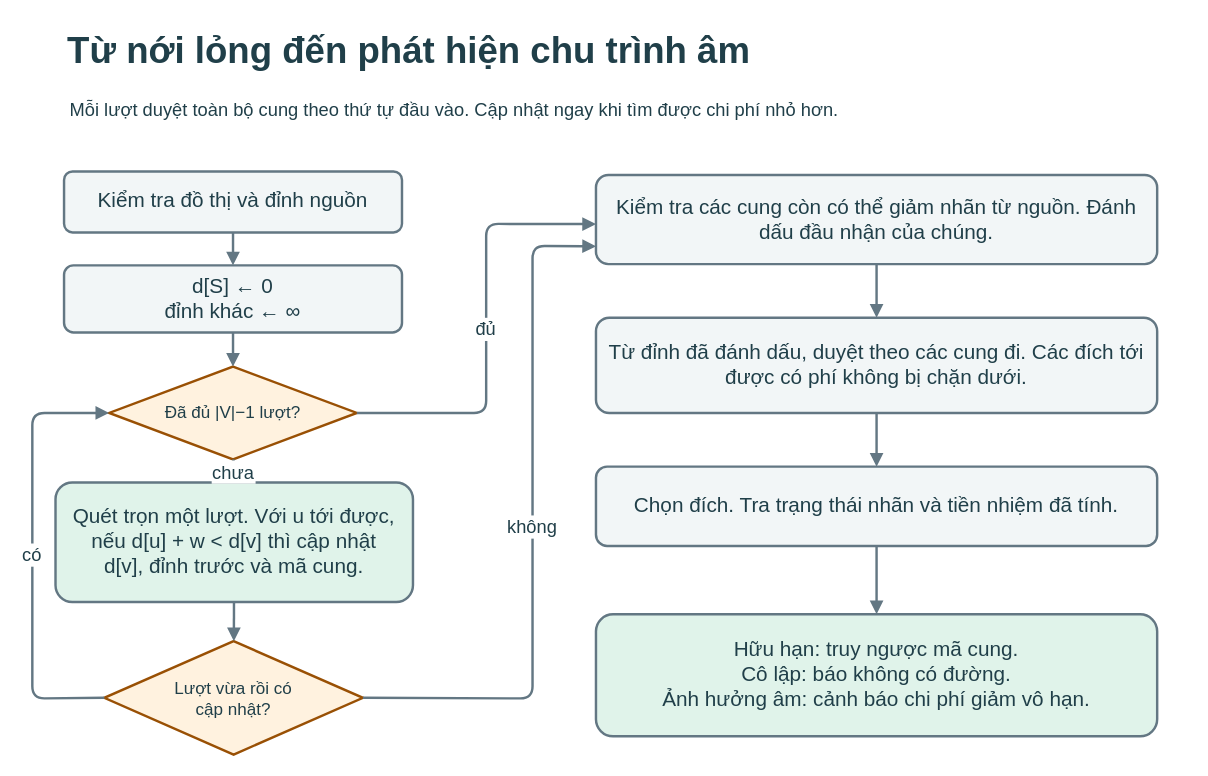
Above: page "Lưu đồ" (2 of 6) of Document/ThietKe/Hinh/so-do-hoang.drawio in saolaisaanh123-web/-ng-d-ng-thu-t-to-n-Ford-Bellman-trong-thi-t-k-m-ng-i-n-ti-t-ki-m-chi-ph- (draw.io), before the change. Source tidied: cells renumbered, new cells numbered last; positions are measured from the earlier drawing's top-left corner, leaving out a move shared by most shapes. Both pictures are drawn from the tidied source at 122%, with x=0, y=0 at pixel (32, 21).
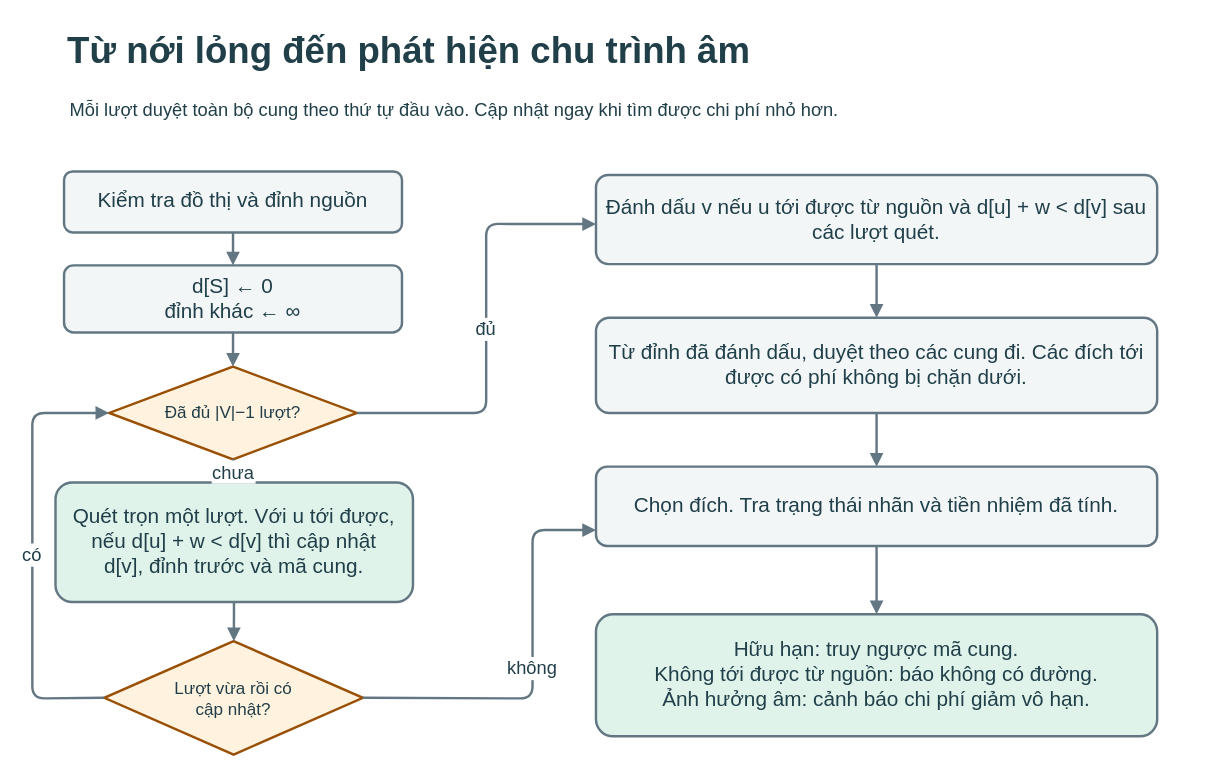
The same page after the edit.

The change refers to these unchanged cells:
```xml
<mxCell id="8" value="Lượt vừa rồi có&#10;cập nhật?" style="html=0;whiteSpace=wrap;verticalAlign=middle;fontFamily=Arial;fontColor=#203F49;rhombus;strokeWidth=2;strokeColor=#995004;fillColor=#FFF2DF;fontSize=14;" parent="1" vertex="1">
  <mxGeometry x="59" y="508" width="212" height="93" as="geometry" />
</mxCell>
<mxCell id="11" value="Chọn đích. Tra trạng thái nhãn và tiền nhiệm đã tính." style="html=0;whiteSpace=wrap;verticalAlign=middle;fontFamily=Arial;fontColor=#203F49;rounded=1;arcSize=14;strokeWidth=2;strokeColor=#637783;fillColor=#F2F6F7;fontSize=17;" parent="1" vertex="1">
  <mxGeometry x="462" y="365" width="460" height="65" as="geometry" />
</mxCell>
```

Diff of the diagram source:
```diff
@@
-    <mxCell id="9" value="Kiểm tra các cung còn có thể giảm nhãn từ nguồn. Đánh dấu đầu nhận của chúng." style="html=0;whiteSpace=wrap;verticalAlign=middle;fontFamily=Arial;fontColor=#203F49;rounded=1;arcSize=14;strokeWidth=2;strokeColor=#637783;fillColor=#F2F6F7;fontSize=17;" parent="1" vertex="1">
+    <mxCell id="9" value="Đánh dấu v nếu u tới được từ nguồn và d[u] + w &lt; d[v] sau các lượt quét." style="html=0;whiteSpace=wrap;verticalAlign=middle;fontFamily=Arial;fontColor=#203F49;rounded=1;arcSize=14;strokeWidth=2;strokeColor=#637783;fillColor=#F2F6F7;fontSize=17;" parent="1" vertex="1">
       <mxGeometry x="462" y="126" width="460" height="73" as="geometry" />
     </mxCell>
@@
-    <mxCell id="12" value="Hữu hạn: truy ngược mã cung.&#10;Cô lập: báo không có đường.&#10;Ảnh hưởng âm: cảnh báo chi phí giảm vô hạn." style="html=0;whiteSpace=wrap;verticalAlign=middle;fontFamily=Arial;fontColor=#203F49;rounded=1;arcSize=14;strokeWidth=2;strokeColor=#637783;fillColor=#E0F3EA;fontSize=17;" parent="1" vertex="1">
+    <mxCell id="12" value="Hữu hạn: truy ngược mã cung.&#10;Không tới được từ nguồn: báo không có đường.&#10;Ảnh hưởng âm: cảnh báo chi phí giảm vô hạn." style="html=0;whiteSpace=wrap;verticalAlign=middle;fontFamily=Arial;fontColor=#203F49;rounded=1;arcSize=14;strokeWidth=2;strokeColor=#637783;fillColor=#E0F3EA;fontSize=17;" parent="1" vertex="1">
       <mxGeometry x="462" y="486" width="460" height="100" as="geometry" />
     </mxCell>
@@
-    <mxCell id="19" value="không" style="endArrow=block;endFill=1;strokeColor=#637783;fontColor=#203F49;fontSize=15;strokeWidth=2;labelBackgroundColor=#FFFFFF;rounded=1;exitX=1;exitY=0.5;entryX=0;entryY=0.8;" parent="1" edge="1" source="8" target="9">
+    <mxCell id="19" value="không" style="endArrow=block;endFill=1;strokeColor=#637783;fontColor=#203F49;fontSize=15;strokeWidth=2;labelBackgroundColor=#FFFFFF;rounded=1;exitX=1;exitY=0.5;entryX=0;entryY=0.8;" parent="1" edge="1" source="8" target="11">
       <mxGeometry relative="1" as="geometry">
         <Array as="points">
           <mxPoint x="410" y="555" />
-          <mxPoint x="410" y="184" />
+          <mxPoint x="410" y="417" />
         </Array>
       </mxGeometry>
     </mxCell>
```
